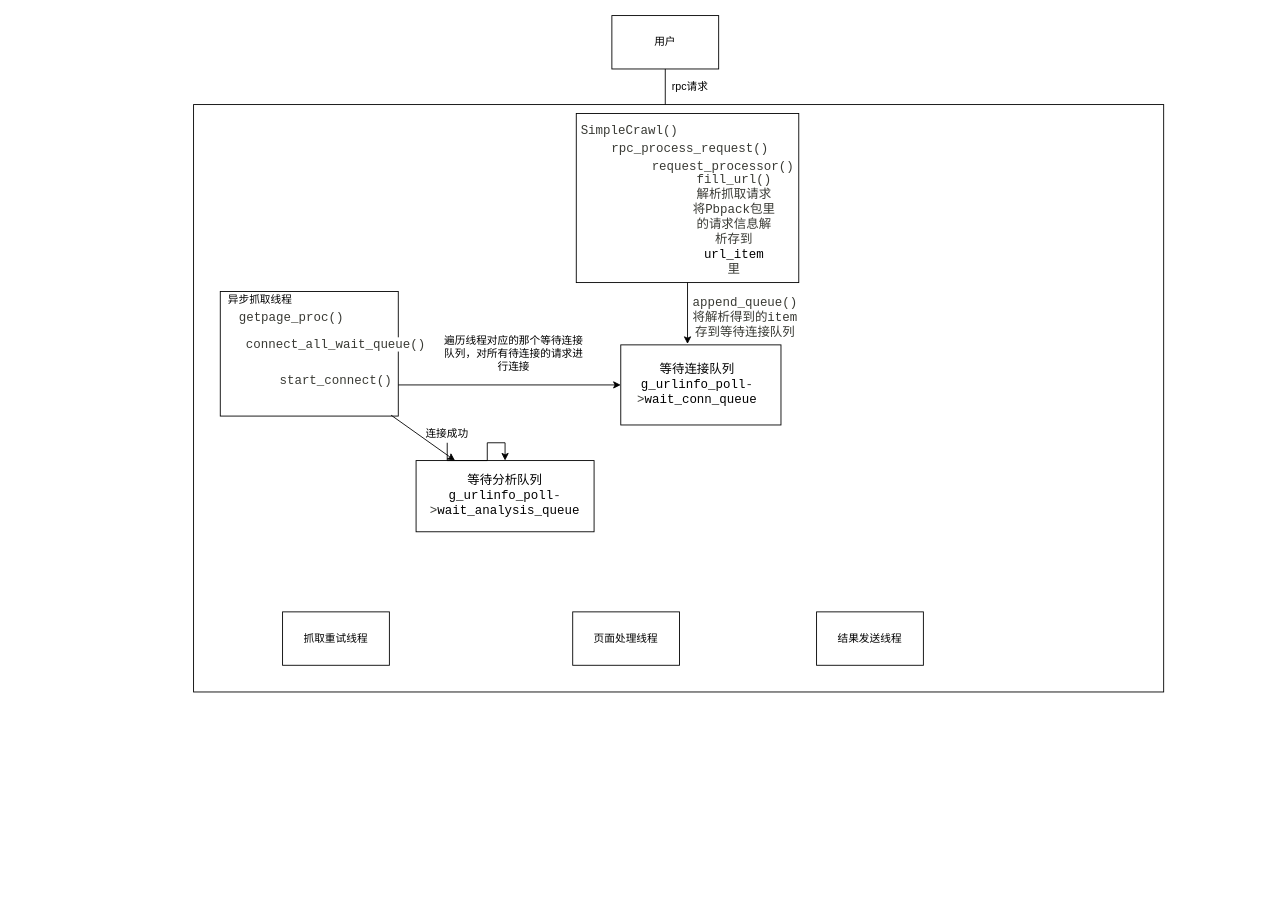
Above: Untitled Diagram.drawio in MekakuCityActors/anime-pictures (draw.io), before the change. Source tidied: cells renumbered, new cells numbered last; positions are measured from the earlier drawing's top-left corner, leaving out a move shared by most shapes. Both pictures are drawn from the tidied source at 89%, with x=0, y=0 at pixel (193, 15).
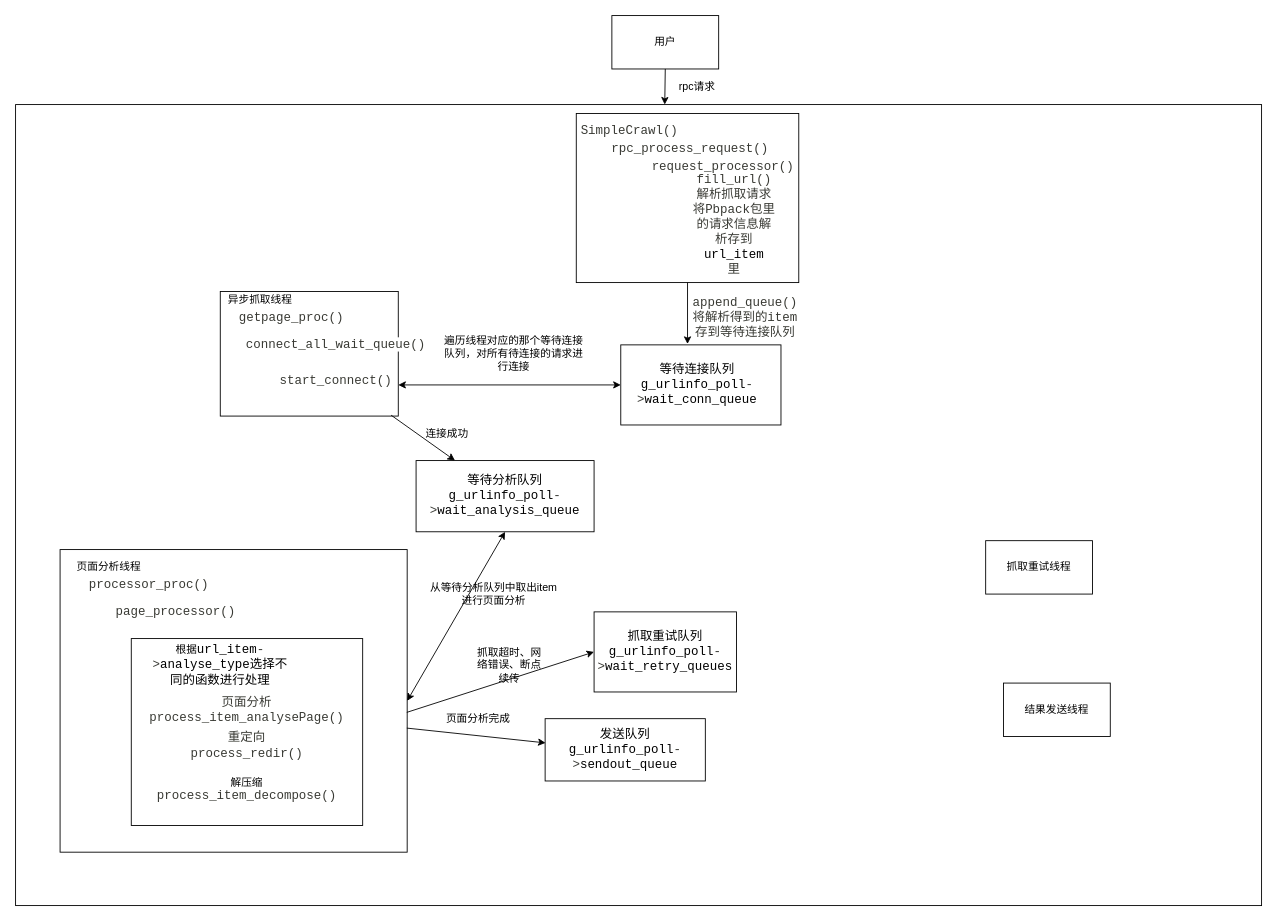
The same diagram, later.

The change refers to these unchanged cells:
```xml
<mxCell id="2" style="rounded=0;whiteSpace=wrap;html=1;" parent="1" vertex="1">
  <mxGeometry x="470" width="120" height="60" as="geometry" />
</mxCell>
<mxCell id="14" style="rounded=0;whiteSpace=wrap;html=1;" parent="1" vertex="1">
  <mxGeometry x="480" y="370" width="180" height="90" as="geometry" />
</mxCell>
<mxCell id="16" style="rounded=0;whiteSpace=wrap;html=1;" parent="1" vertex="1">
  <mxGeometry x="30" y="310" width="200" height="140" as="geometry" />
</mxCell>
<mxCell id="26" value="&lt;span style=&quot;font-family: &amp;#34;consolas&amp;#34; , &amp;#34;menlo&amp;#34; , &amp;#34;courier&amp;#34; , monospace ; font-size: 14px ; background-color: rgb(255 , 255 , 255)&quot;&gt;等待分析队列g_urlinfo_poll&lt;/span&gt;&lt;span class=&quot;token operator&quot; style=&quot;box-sizing: border-box ; margin: 0px ; padding: 0px ; border: 0px ; font-stretch: inherit ; font-size: 14px ; line-height: inherit ; font-family: &amp;#34;consolas&amp;#34; , &amp;#34;menlo&amp;#34; , &amp;#34;courier&amp;#34; , monospace ; color: rgb(57 , 58 , 52) ; background-color: rgb(255 , 255 , 255)&quot;&gt;-&amp;gt;&lt;/span&gt;&lt;span style=&quot;font-family: &amp;#34;consolas&amp;#34; , &amp;#34;menlo&amp;#34; , &amp;#34;courier&amp;#34; , monospace ; font-size: 14px ; background-color: rgb(255 , 255 , 255)&quot;&gt;wait_analysis_queue&lt;/span&gt;" style="rounded=0;whiteSpace=wrap;html=1;" parent="1" vertex="1">
  <mxGeometry x="250" y="500" width="200" height="80" as="geometry" />
</mxCell>
<mxCell id="29" value="连接成功" style="text;html=1;strokeColor=none;fillColor=none;align=center;verticalAlign=middle;whiteSpace=wrap;rounded=0;" parent="1" vertex="1">
  <mxGeometry x="260" y="460" width="50" height="20" as="geometry" />
</mxCell>
```

What changed in the source:
```diff
@@
-    <mxCell id="4" style="endArrow=classic;html=1;exitX=0.5;exitY=1;exitDx=0;exitDy=0;" parent="1" edge="1" source="2">
-      <mxGeometry relative="1" as="geometry">
-        <mxPoint x="530" y="110" as="targetPoint" />
-      </mxGeometry>
+    <mxCell id="4" style="endArrow=classic;html=1;exitX=0.5;exitY=1;exitDx=0;exitDy=0;entryX=0.521;entryY=0;entryDx=0;entryDy=0;entryPerimeter=0;" parent="1" edge="1" source="2" target="5">
+      <mxGeometry relative="1" as="geometry" />
     </mxCell>
     <mxCell id="5" style="rounded=0;whiteSpace=wrap;html=1;" parent="1" vertex="1">
-      <mxGeometry y="100" width="1090" height="660" as="geometry" />
+      <mxGeometry x="-200" y="100" width="1400" height="900" as="geometry" />
     </mxCell>
     <mxCell id="6" value="rpc请求" style="text;html=1;strokeColor=none;fillColor=none;align=center;verticalAlign=middle;whiteSpace=wrap;rounded=0;" parent="1" vertex="1">
-      <mxGeometry x="530" y="70" width="56" height="20" as="geometry" />
+      <mxGeometry x="538" y="70" width="56" height="20" as="geometry" />
     </mxCell>
@@
     <mxCell id="17" value="抓取重试线程" style="rounded=0;whiteSpace=wrap;html=1;" parent="1" vertex="1">
-      <mxGeometry x="100" y="670" width="120" height="60" as="geometry" />
+      <mxGeometry x="890" y="590" width="120" height="60" as="geometry" />
     </mxCell>
-    <mxCell id="18" value="页面处理线程" style="rounded=0;whiteSpace=wrap;html=1;" parent="1" vertex="1">
-      <mxGeometry x="426" y="670" width="120" height="60" as="geometry" />
+    <mxCell id="18" style="rounded=0;whiteSpace=wrap;html=1;" parent="1" vertex="1">
+      <mxGeometry x="-150" y="600" width="390" height="340" as="geometry" />
     </mxCell>
     <mxCell id="19" value="结果发送线程" style="rounded=0;whiteSpace=wrap;html=1;" parent="1" vertex="1">
-      <mxGeometry x="700" y="670" width="120" height="60" as="geometry" />
+      <mxGeometry x="910" y="750" width="120" height="60" as="geometry" />
     </mxCell>
@@
-    <mxCell id="23" style="endArrow=classic;html=1;exitX=1;exitY=0.75;exitDx=0;exitDy=0;entryX=0;entryY=0.5;entryDx=0;entryDy=0;" parent="1" edge="1" source="16" target="14">
-      <mxGeometry relative="1" as="geometry" />
-    </mxCell>
@@
-    <mxCell id="28" style="edgeStyle=orthogonalEdgeStyle;rounded=0;jettySize=auto;html=1;" parent="1" edge="1" source="29" target="26">
-      <mxGeometry relative="1" as="geometry" />
-    </mxCell>
@@
+    <mxCell id="30" value="页面分析线程" style="text;html=1;strokeColor=none;fillColor=none;align=center;verticalAlign=middle;whiteSpace=wrap;rounded=0;" parent="1" vertex="1">
+      <mxGeometry x="-150" y="610" width="110" height="20" as="geometry" />
+    </mxCell>
+    <mxCell id="31" value="&lt;span style=&quot;color: rgb(57 , 58 , 52) ; font-family: &amp;#34;consolas&amp;#34; , &amp;#34;menlo&amp;#34; , &amp;#34;courier&amp;#34; , monospace ; font-size: 14px ; background-color: rgb(255 , 255 , 255)&quot;&gt;processor_proc()&lt;/span&gt;" style="text;html=1;strokeColor=none;fillColor=none;align=center;verticalAlign=middle;whiteSpace=wrap;rounded=0;" parent="1" vertex="1">
+      <mxGeometry x="-70" y="630" width="40" height="20" as="geometry" />
+    </mxCell>
+    <mxCell id="32" value="&lt;span class=&quot;token function&quot; style=&quot;box-sizing: border-box ; margin: 0px ; padding: 0px ; border: 0px ; font-stretch: inherit ; font-size: 14px ; line-height: inherit ; font-family: &amp;#34;consolas&amp;#34; , &amp;#34;menlo&amp;#34; , &amp;#34;courier&amp;#34; , monospace ; color: rgb(57 , 58 , 52) ; background-color: rgb(255 , 255 , 255)&quot;&gt;page_processor&lt;/span&gt;&lt;span class=&quot;token punctuation&quot; style=&quot;box-sizing: border-box ; margin: 0px ; padding: 0px ; border: 0px ; font-stretch: inherit ; font-size: 14px ; line-height: inherit ; font-family: &amp;#34;consolas&amp;#34; , &amp;#34;menlo&amp;#34; , &amp;#34;courier&amp;#34; , monospace ; color: rgb(57 , 58 , 52) ; background-color: rgb(255 , 255 , 255)&quot;&gt;()&lt;/span&gt;" style="text;html=1;strokeColor=none;fillColor=none;align=center;verticalAlign=middle;whiteSpace=wrap;rounded=0;" parent="1" vertex="1">
+      <mxGeometry x="-40" y="660" width="40" height="20" as="geometry" />
+    </mxCell>
+    <mxCell id="23" style="endArrow=classic;startArrow=classic;html=1;entryX=0;entryY=0.5;entryDx=0;entryDy=0;exitX=1;exitY=0.75;exitDx=0;exitDy=0;" parent="1" edge="1" source="16" target="14">
+      <mxGeometry relative="1" as="geometry" />
+    </mxCell>
+    <mxCell id="33" style="endArrow=classic;startArrow=classic;html=1;exitX=1;exitY=0.5;exitDx=0;exitDy=0;entryX=0.5;entryY=1;entryDx=0;entryDy=0;" parent="1" edge="1" source="18" target="26">
+      <mxGeometry relative="1" as="geometry" />
+    </mxCell>
+    <mxCell id="34" value="从等待分析队列中取出item进行页面分析" style="text;html=1;strokeColor=none;fillColor=none;align=center;verticalAlign=middle;whiteSpace=wrap;rounded=0;" parent="1" vertex="1">
+      <mxGeometry x="265" y="640" width="145" height="20" as="geometry" />
+    </mxCell>
+    <mxCell id="35" style="rounded=0;whiteSpace=wrap;html=1;" parent="1" vertex="1">
+      <mxGeometry x="-70" y="700" width="260" height="210" as="geometry" />
+    </mxCell>
+    <mxCell id="36" value="根据&lt;span style=&quot;font-family: &amp;#34;consolas&amp;#34; , &amp;#34;menlo&amp;#34; , &amp;#34;courier&amp;#34; , monospace ; font-size: 14px ; background-color: rgb(255 , 255 , 255)&quot;&gt;url_item&lt;/span&gt;&lt;span class=&quot;token operator&quot; style=&quot;box-sizing: border-box ; margin: 0px ; padding: 0px ; border: 0px ; font-stretch: inherit ; font-size: 14px ; line-height: inherit ; font-family: &amp;#34;consolas&amp;#34; , &amp;#34;menlo&amp;#34; , &amp;#34;courier&amp;#34; , monospace ; color: rgb(57 , 58 , 52) ; background-color: rgb(255 , 255 , 255)&quot;&gt;-&amp;gt;&lt;/span&gt;&lt;span style=&quot;font-family: &amp;#34;consolas&amp;#34; , &amp;#34;menlo&amp;#34; , &amp;#34;courier&amp;#34; , monospace ; font-size: 14px ; background-color: rgb(255 , 255 , 255)&quot;&gt;analyse_type选择不同的函数进行处理&lt;/span&gt;" style="text;html=1;strokeColor=none;fillColor=none;align=center;verticalAlign=middle;whiteSpace=wrap;rounded=0;" parent="1" vertex="1">
+      <mxGeometry x="-50" y="720" width="160" height="20" as="geometry" />
+    </mxCell>
+    <mxCell id="37" value="&lt;span style=&quot;color: rgb(57 , 58 , 52) ; font-family: &amp;#34;consolas&amp;#34; , &amp;#34;menlo&amp;#34; , &amp;#34;courier&amp;#34; , monospace ; font-size: 14px ; background-color: rgb(255 , 255 , 255)&quot;&gt;页面分析process_item_analysePage()&lt;/span&gt;" style="text;html=1;strokeColor=none;fillColor=none;align=center;verticalAlign=middle;whiteSpace=wrap;rounded=0;" parent="1" vertex="1">
+      <mxGeometry x="40" y="770" width="40" height="20" as="geometry" />
+    </mxCell>
+    <mxCell id="38" value="&lt;span style=&quot;color: rgb(57 , 58 , 52) ; font-family: &amp;#34;consolas&amp;#34; , &amp;#34;menlo&amp;#34; , &amp;#34;courier&amp;#34; , monospace ; font-size: 14px ; background-color: rgb(255 , 255 , 255)&quot;&gt;重定向process_redir()&lt;/span&gt;" style="text;html=1;strokeColor=none;fillColor=none;align=center;verticalAlign=middle;whiteSpace=wrap;rounded=0;" parent="1" vertex="1">
+      <mxGeometry x="40" y="810" width="40" height="20" as="geometry" />
+    </mxCell>
+    <mxCell id="39" value="解压缩&lt;br&gt;&lt;span style=&quot;color: rgb(57 , 58 , 52) ; font-family: &amp;#34;consolas&amp;#34; , &amp;#34;menlo&amp;#34; , &amp;#34;courier&amp;#34; , monospace ; font-size: 14px ; background-color: rgb(255 , 255 , 255)&quot;&gt;process_item_decompose()&lt;/span&gt;" style="text;html=1;strokeColor=none;fillColor=none;align=center;verticalAlign=middle;whiteSpace=wrap;rounded=0;" parent="1" vertex="1">
+      <mxGeometry x="40" y="860" width="40" height="20" as="geometry" />
+    </mxCell>
+    <mxCell id="40" value="&lt;span style=&quot;font-family: &amp;#34;consolas&amp;#34; , &amp;#34;menlo&amp;#34; , &amp;#34;courier&amp;#34; , monospace ; font-size: 14px ; background-color: rgb(255 , 255 , 255)&quot;&gt;发送队列g_urlinfo_poll&lt;/span&gt;&lt;span class=&quot;token operator&quot; style=&quot;box-sizing: border-box ; margin: 0px ; padding: 0px ; border: 0px ; font-stretch: inherit ; font-size: 14px ; line-height: inherit ; font-family: &amp;#34;consolas&amp;#34; , &amp;#34;menlo&amp;#34; , &amp;#34;courier&amp;#34; , monospace ; color: rgb(57 , 58 , 52) ; background-color: rgb(255 , 255 , 255)&quot;&gt;-&amp;gt;&lt;/span&gt;&lt;span style=&quot;font-family: &amp;#34;consolas&amp;#34; , &amp;#34;menlo&amp;#34; , &amp;#34;courier&amp;#34; , monospace ; font-size: 14px ; background-color: rgb(255 , 255 , 255)&quot;&gt;sendout_queue&lt;/span&gt;" style="rounded=0;whiteSpace=wrap;html=1;" parent="1" vertex="1">
+      <mxGeometry x="395" y="790" width="180" height="70" as="geometry" />
+    </mxCell>
+    <mxCell id="41" style="endArrow=classic;html=1;exitX=0.999;exitY=0.59;exitDx=0;exitDy=0;exitPerimeter=0;entryX=0.003;entryY=0.389;entryDx=0;entryDy=0;entryPerimeter=0;" parent="1" edge="1" source="18" target="40">
+      <mxGeometry relative="1" as="geometry" />
+    </mxCell>
+    <mxCell id="42" value="页面分析完成" style="text;html=1;strokeColor=none;fillColor=none;align=center;verticalAlign=middle;whiteSpace=wrap;rounded=0;" parent="1" vertex="1">
+      <mxGeometry x="280" y="780" width="80" height="20" as="geometry" />
+    </mxCell>
+    <mxCell id="43" value="&lt;span style=&quot;font-family: &amp;#34;consolas&amp;#34; , &amp;#34;menlo&amp;#34; , &amp;#34;courier&amp;#34; , monospace ; font-size: 14px ; background-color: rgb(255 , 255 , 255)&quot;&gt;抓取重试队列g_urlinfo_poll&lt;/span&gt;&lt;span class=&quot;token operator&quot; style=&quot;box-sizing: border-box ; margin: 0px ; padding: 0px ; border: 0px ; font-stretch: inherit ; font-size: 14px ; line-height: inherit ; font-family: &amp;#34;consolas&amp;#34; , &amp;#34;menlo&amp;#34; , &amp;#34;courier&amp;#34; , monospace ; color: rgb(57 , 58 , 52) ; background-color: rgb(255 , 255 , 255)&quot;&gt;-&amp;gt;&lt;/span&gt;&lt;span style=&quot;font-family: &amp;#34;consolas&amp;#34; , &amp;#34;menlo&amp;#34; , &amp;#34;courier&amp;#34; , monospace ; font-size: 14px ; background-color: rgb(255 , 255 , 255)&quot;&gt;wait_retry_queues&lt;/span&gt;" style="rounded=0;whiteSpace=wrap;html=1;" parent="1" vertex="1">
+      <mxGeometry x="450" y="670" width="160" height="90" as="geometry" />
+    </mxCell>
+    <mxCell id="44" style="endArrow=classic;html=1;entryX=0;entryY=0.5;entryDx=0;entryDy=0;exitX=0.999;exitY=0.538;exitDx=0;exitDy=0;exitPerimeter=0;" parent="1" edge="1" source="18" target="43">
+      <mxGeometry relative="1" as="geometry" />
+    </mxCell>
+    <mxCell id="45" value="抓取超时、网络错误、断点续传" style="text;html=1;strokeColor=none;fillColor=none;align=center;verticalAlign=middle;whiteSpace=wrap;rounded=0;" parent="1" vertex="1">
+      <mxGeometry x="315" y="720" width="80" height="20" as="geometry" />
+    </mxCell>
```
